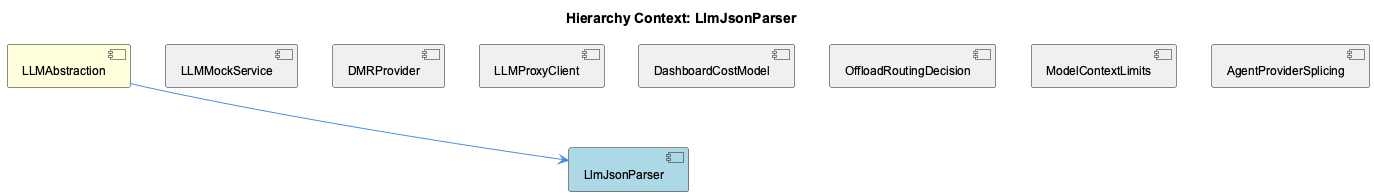
Above: knowledge-management/insights/images/llm-json-parser-relationship.png in fwornle/coding (PlantUML), before the change.
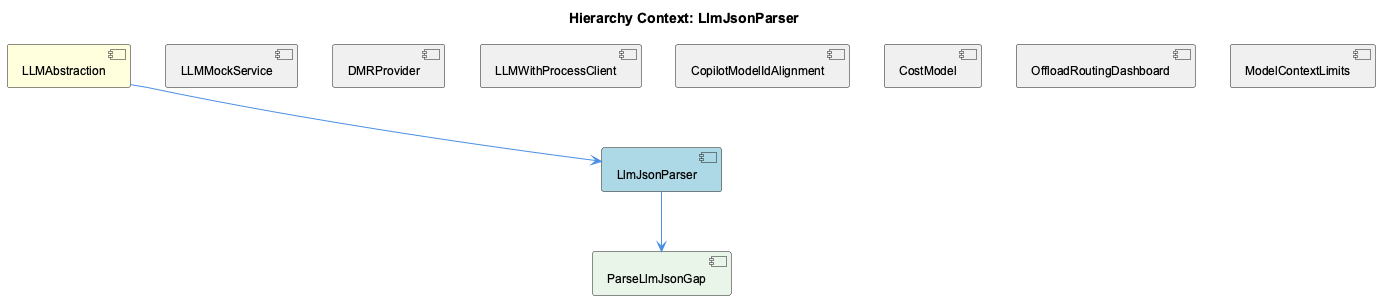
Above is the later version.

The edit, as a diff of the source:
```diff
@@ -7,19 +7,21 @@
 [LlmJsonParser] as llm_json_parser #LightBlue
 [LLMMockService] as llmmock_service #F0F0F0
 [DMRProvider] as dmrprovider #F0F0F0
-[LLMProxyClient] as llmproxy_client #F0F0F0
-[DashboardCostModel] as dashboard_cost_model #F0F0F0
-[OffloadRoutingDecision] as offload_routing_decision #F0F0F0
+[LLMWithProcessClient] as llmwith_process_client #F0F0F0
+[CopilotModelIdAlignment] as copilot_model_id_alignment #F0F0F0
+[CostModel] as cost_model #F0F0F0
+[OffloadRoutingDashboard] as offload_routing_dashboard #F0F0F0
 [ModelContextLimits] as model_context_limits #F0F0F0
-[AgentProviderSplicing] as agent_provider_splicing #F0F0F0
+[ParseLlmJsonGap] as parse_llm_json_gap #E8F5E8
 
 llmabstraction --> llm_json_parser
 llmmock_service -[hidden]- llm_json_parser
 dmrprovider -[hidden]- llm_json_parser
-llmproxy_client -[hidden]- llm_json_parser
-dashboard_cost_model -[hidden]- llm_json_parser
-offload_routing_decision -[hidden]- llm_json_parser
+llmwith_process_client -[hidden]- llm_json_parser
+copilot_model_id_alignment -[hidden]- llm_json_parser
+cost_model -[hidden]- llm_json_parser
+offload_routing_dashboard -[hidden]- llm_json_parser
 model_context_limits -[hidden]- llm_json_parser
-agent_provider_splicing -[hidden]- llm_json_parser
+llm_json_parser --> parse_llm_json_gap
 
 @enduml
```
